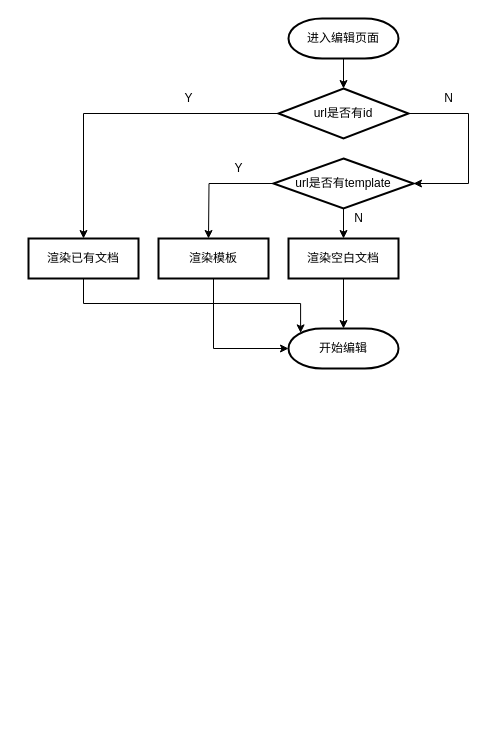
Earlier version of the draw.io diagram wendang.drawio (kongkong99/2048). Source tidied: cells renumbered, new cells numbered last; positions are measured from the earlier drawing's top-left corner, leaving out a move shared by most shapes. Both pictures are drawn from the tidied source at 100%, with x=0, y=0 at pixel (28, 18).
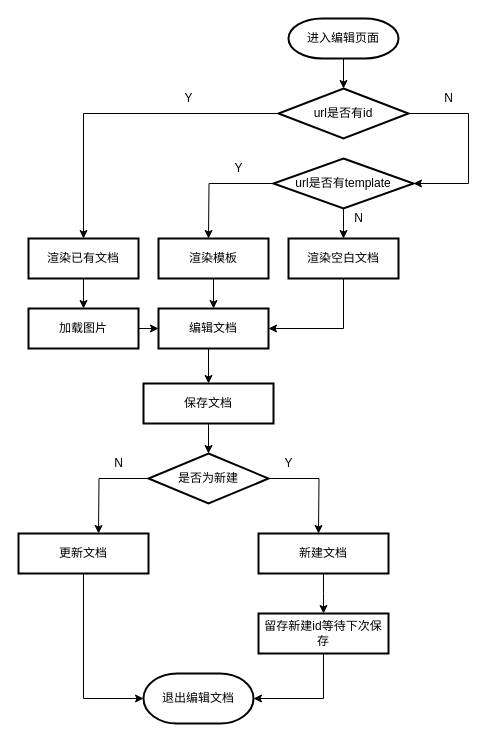
The same diagram, later.

The change refers to these unchanged cells:
```xml
<mxCell id="8" value="渲染已有文档" style="rounded=0;whiteSpace=wrap;html=1;absoluteArcSize=1;arcSize=14;strokeWidth=2;" parent="1" vertex="1">
  <mxGeometry y="220" width="110" height="40" as="geometry" />
</mxCell>
<mxCell id="13" value="渲染模板" style="rounded=0;whiteSpace=wrap;html=1;absoluteArcSize=1;arcSize=14;strokeWidth=2;" parent="1" vertex="1">
  <mxGeometry x="130" y="220" width="110" height="40" as="geometry" />
</mxCell>
<mxCell id="15" value="渲染空白文档" style="rounded=0;whiteSpace=wrap;html=1;absoluteArcSize=1;arcSize=14;strokeWidth=2;" parent="1" vertex="1">
  <mxGeometry x="260" y="220" width="110" height="40" as="geometry" />
</mxCell>
```

Change to the diagram source:
```diff
@@
-    <mxCell id="7" style="edgeStyle=orthogonalEdgeStyle;rounded=0;jettySize=auto;html=1;exitX=0.5;exitY=1;exitDx=0;exitDy=0;entryX=0.11;entryY=0.11;entryDx=0;entryDy=0;entryPerimeter=0;" parent="1" edge="1" source="8" target="16">
-      <mxGeometry relative="1" as="geometry" />
-    </mxCell>
+    <mxCell id="21" style="edgeStyle=orthogonalEdgeStyle;rounded=0;jettySize=auto;html=1;exitX=0.5;exitY=1;exitDx=0;exitDy=0;entryX=0.5;entryY=0;entryDx=0;entryDy=0;" parent="1" edge="1" source="8" target="41">
+      <mxGeometry relative="1" as="geometry" />
+    </mxCell>
@@
-    <mxCell id="12" style="edgeStyle=orthogonalEdgeStyle;rounded=0;jettySize=auto;html=1;exitX=0.5;exitY=1;exitDx=0;exitDy=0;entryX=0;entryY=0.5;entryDx=0;entryDy=0;entryPerimeter=0;" parent="1" edge="1" source="13" target="16">
-      <mxGeometry relative="1" as="geometry" />
-    </mxCell>
+    <mxCell id="22" style="edgeStyle=orthogonalEdgeStyle;rounded=0;jettySize=auto;html=1;exitX=0.5;exitY=1;exitDx=0;exitDy=0;entryX=0.5;entryY=0;entryDx=0;entryDy=0;" parent="1" edge="1" source="13" target="39">
+      <mxGeometry relative="1" as="geometry" />
+    </mxCell>
@@
-    <mxCell id="14" style="edgeStyle=orthogonalEdgeStyle;rounded=0;jettySize=auto;html=1;exitX=0.5;exitY=1;exitDx=0;exitDy=0;" parent="1" edge="1" source="15" target="16">
-      <mxGeometry relative="1" as="geometry" />
-    </mxCell>
+    <mxCell id="23" style="edgeStyle=orthogonalEdgeStyle;rounded=0;jettySize=auto;html=1;exitX=0.5;exitY=1;exitDx=0;exitDy=0;entryX=1;entryY=0.5;entryDx=0;entryDy=0;" parent="1" edge="1" source="15" target="39">
+      <mxGeometry relative="1" as="geometry" />
+    </mxCell>
@@
-    <mxCell id="16" value="开始编辑" style="strokeWidth=2;html=1;shape=mxgraph.flowchart.terminator;whiteSpace=wrap;" parent="1" vertex="1">
-      <mxGeometry x="260" y="310" width="110" height="40" as="geometry" />
-    </mxCell>
@@
+    <mxCell id="24" style="edgeStyle=orthogonalEdgeStyle;rounded=0;jettySize=auto;html=1;exitX=0.5;exitY=1;exitDx=0;exitDy=0;entryX=0.5;entryY=0;entryDx=0;entryDy=0;entryPerimeter=0;" parent="1" edge="1" source="25" target="28">
+      <mxGeometry relative="1" as="geometry" />
+    </mxCell>
+    <mxCell id="25" value="保存文档" style="rounded=0;whiteSpace=wrap;html=1;absoluteArcSize=1;arcSize=14;strokeWidth=2;" parent="1" vertex="1">
+      <mxGeometry x="115" y="365" width="130" height="40" as="geometry" />
+    </mxCell>
+    <mxCell id="26" style="edgeStyle=orthogonalEdgeStyle;rounded=0;jettySize=auto;html=1;exitX=1;exitY=0.5;exitDx=0;exitDy=0;exitPerimeter=0;" parent="1" edge="1" source="28">
+      <mxGeometry relative="1" as="geometry">
+        <mxPoint x="290" y="515" as="targetPoint" />
+      </mxGeometry>
+    </mxCell>
+    <mxCell id="27" style="edgeStyle=orthogonalEdgeStyle;rounded=0;jettySize=auto;html=1;exitX=0;exitY=0.5;exitDx=0;exitDy=0;exitPerimeter=0;" parent="1" edge="1" source="28">
+      <mxGeometry relative="1" as="geometry">
+        <mxPoint x="70" y="515" as="targetPoint" />
+      </mxGeometry>
+    </mxCell>
+    <mxCell id="28" value="是否为新建" style="strokeWidth=2;html=1;shape=mxgraph.flowchart.decision;whiteSpace=wrap;rounded=0;" parent="1" vertex="1">
+      <mxGeometry x="120" y="435" width="120" height="50" as="geometry" />
+    </mxCell>
+    <mxCell id="29" style="edgeStyle=orthogonalEdgeStyle;rounded=0;jettySize=auto;html=1;exitX=0.5;exitY=1;exitDx=0;exitDy=0;entryX=0;entryY=0.5;entryDx=0;entryDy=0;entryPerimeter=0;" parent="1" edge="1" source="30" target="35">
+      <mxGeometry relative="1" as="geometry" />
+    </mxCell>
+    <mxCell id="30" value="更新文档" style="rounded=0;whiteSpace=wrap;html=1;absoluteArcSize=1;arcSize=14;strokeWidth=2;" parent="1" vertex="1">
+      <mxGeometry x="-10" y="515" width="130" height="40" as="geometry" />
+    </mxCell>
+    <mxCell id="31" style="edgeStyle=orthogonalEdgeStyle;rounded=0;jettySize=auto;html=1;exitX=0.5;exitY=1;exitDx=0;exitDy=0;" parent="1" edge="1" source="32">
+      <mxGeometry relative="1" as="geometry">
+        <mxPoint x="295" y="595" as="targetPoint" />
+      </mxGeometry>
+    </mxCell>
+    <mxCell id="32" value="新建文档" style="rounded=0;whiteSpace=wrap;html=1;absoluteArcSize=1;arcSize=14;strokeWidth=2;" parent="1" vertex="1">
+      <mxGeometry x="230" y="515" width="130" height="40" as="geometry" />
+    </mxCell>
+    <mxCell id="33" style="edgeStyle=orthogonalEdgeStyle;rounded=0;jettySize=auto;html=1;exitX=0.5;exitY=1;exitDx=0;exitDy=0;entryX=1;entryY=0.5;entryDx=0;entryDy=0;entryPerimeter=0;" parent="1" edge="1" source="34" target="35">
+      <mxGeometry relative="1" as="geometry" />
+    </mxCell>
+    <mxCell id="34" value="留存新建id等待下次保存" style="rounded=0;whiteSpace=wrap;html=1;absoluteArcSize=1;arcSize=14;strokeWidth=2;" parent="1" vertex="1">
+      <mxGeometry x="230" y="595" width="130" height="40" as="geometry" />
+    </mxCell>
+    <mxCell id="35" value="退出编辑文档" style="strokeWidth=2;html=1;shape=mxgraph.flowchart.terminator;whiteSpace=wrap;" parent="1" vertex="1">
+      <mxGeometry x="115" y="655" width="110" height="50" as="geometry" />
+    </mxCell>
+    <mxCell id="36" value="N" style="text;html=1;align=center;verticalAlign=middle;strokeColor=none;" parent="1" vertex="1">
+      <mxGeometry x="80" y="435" width="20" height="20" as="geometry" />
+    </mxCell>
+    <mxCell id="37" value="Y" style="text;html=1;align=center;verticalAlign=middle;strokeColor=none;" parent="1" vertex="1">
+      <mxGeometry x="250" y="435" width="20" height="20" as="geometry" />
+    </mxCell>
+    <mxCell id="38" style="edgeStyle=orthogonalEdgeStyle;rounded=0;jettySize=auto;html=1;exitX=0.5;exitY=1;exitDx=0;exitDy=0;entryX=0.5;entryY=0;entryDx=0;entryDy=0;" parent="1" edge="1" source="39" target="25">
+      <mxGeometry relative="1" as="geometry" />
+    </mxCell>
+    <mxCell id="39" value="编辑文档" style="rounded=0;whiteSpace=wrap;html=1;absoluteArcSize=1;arcSize=14;strokeWidth=2;" parent="1" vertex="1">
+      <mxGeometry x="130" y="290" width="110" height="40" as="geometry" />
+    </mxCell>
+    <mxCell id="40" style="edgeStyle=orthogonalEdgeStyle;rounded=0;jettySize=auto;html=1;exitX=1;exitY=0.5;exitDx=0;exitDy=0;entryX=0;entryY=0.5;entryDx=0;entryDy=0;" parent="1" edge="1" source="41" target="39">
+      <mxGeometry relative="1" as="geometry" />
+    </mxCell>
+    <mxCell id="41" value="加载图片" style="rounded=0;whiteSpace=wrap;html=1;absoluteArcSize=1;arcSize=14;strokeWidth=2;" parent="1" vertex="1">
+      <mxGeometry y="290" width="110" height="40" as="geometry" />
+    </mxCell>
```
